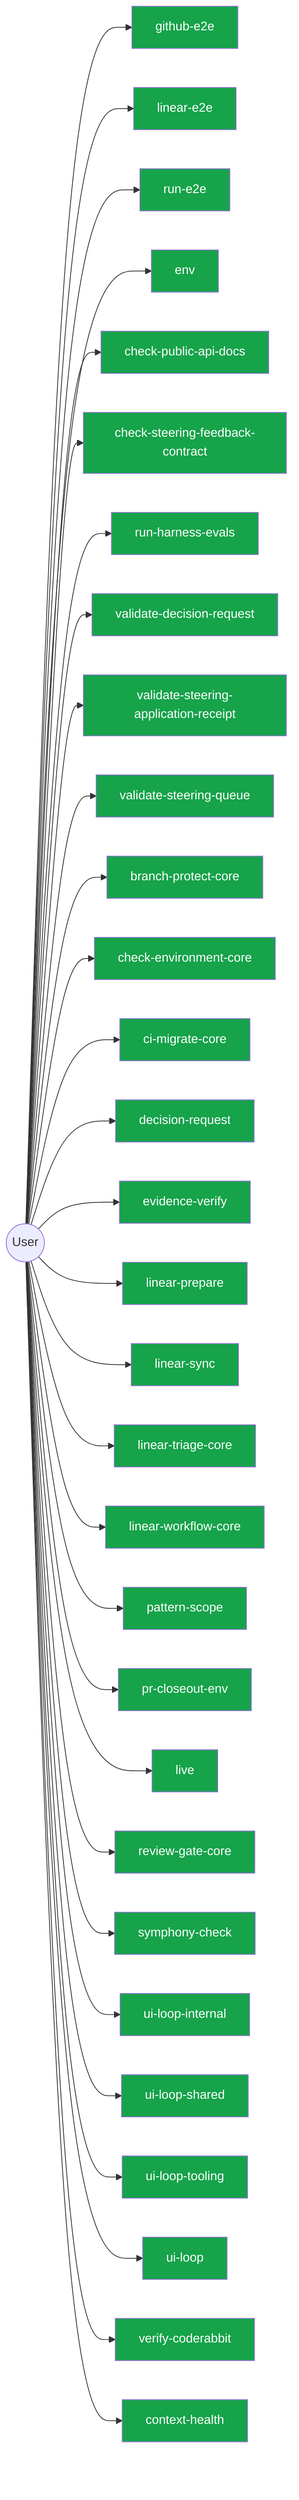
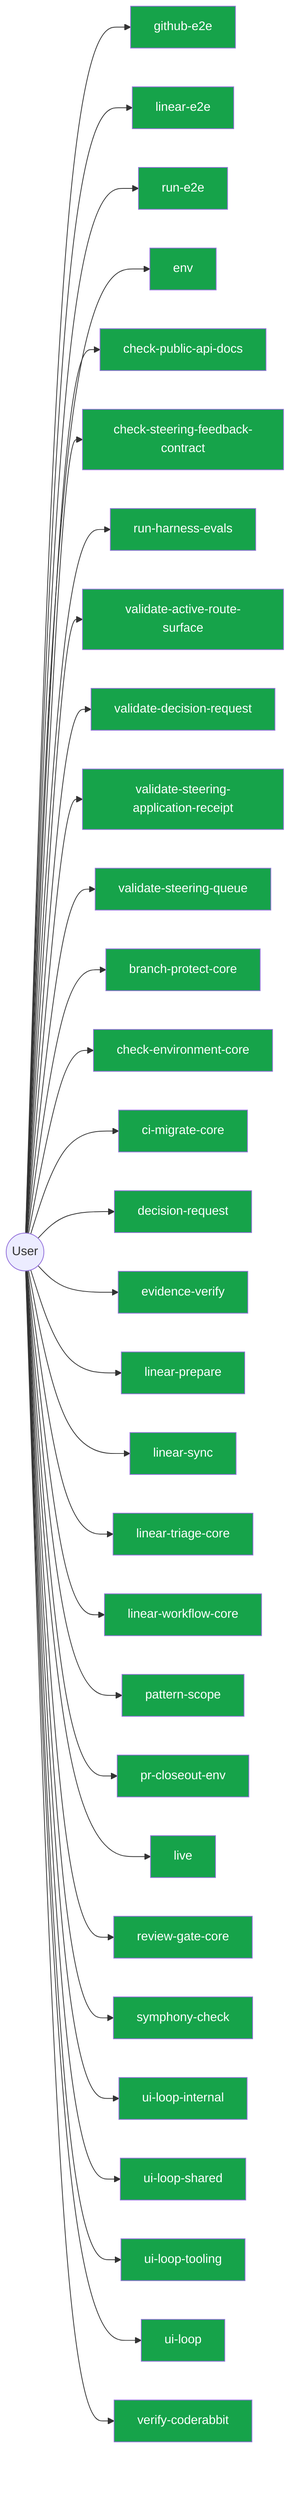
flowchart LR
  User(("User"))
  github_e2e_2891a341["github-e2e"]
  User --> github_e2e_2891a341
  linear_e2e_decf3708["linear-e2e"]
  User --> linear_e2e_decf3708
  run_e2e_39efe696["run-e2e"]
  User --> run_e2e_39efe696
  env_b77349bf["env"]
  User --> env_b77349bf
  check_public_api_docs_a9604f1b["check-public-api-docs"]
  User --> check_public_api_docs_a9604f1b
  check_steering_feedback_contract_80134459["check-steering-feedback-contract"]
  User --> check_steering_feedback_contract_80134459
  run_harness_evals_77704768["run-harness-evals"]
  User --> run_harness_evals_77704768
+   validate_active_route_surface_905456c2["validate-active-route-surface"]
+   User --> validate_active_route_surface_905456c2
  validate_decision_request_2e5c325e["validate-decision-request"]
  User --> validate_decision_request_2e5c325e
  validate_steering_application_receipt_c922e84a["validate-steering-application-receipt"]
  User --> validate_steering_application_receipt_c922e84a
  validate_steering_queue_4bc0cc94["validate-steering-queue"]
  User --> validate_steering_queue_4bc0cc94
  branch_protect_core_a8feb0fd["branch-protect-core"]
  User --> branch_protect_core_a8feb0fd
  check_environment_core_2c16213f["check-environment-core"]
  User --> check_environment_core_2c16213f
  ci_migrate_core_7005b5af["ci-migrate-core"]
  User --> ci_migrate_core_7005b5af
  decision_request_118a770d["decision-request"]
  User --> decision_request_118a770d
  evidence_verify_3b73c290["evidence-verify"]
  User --> evidence_verify_3b73c290
  linear_prepare_0c613ba6["linear-prepare"]
  User --> linear_prepare_0c613ba6
  linear_sync_a2fa2bf7["linear-sync"]
  User --> linear_sync_a2fa2bf7
  linear_triage_core_7cbca73e["linear-triage-core"]
  User --> linear_triage_core_7cbca73e
  linear_workflow_core_0e19cff4["linear-workflow-core"]
  User --> linear_workflow_core_0e19cff4
  pattern_scope_61ff946d["pattern-scope"]
  User --> pattern_scope_61ff946d
  pr_closeout_env_9bfcd9ef["pr-closeout-env"]
  User --> pr_closeout_env_9bfcd9ef
  live_247610f4["live"]
  User --> live_247610f4
  review_gate_core_4c8001f9["review-gate-core"]
  User --> review_gate_core_4c8001f9
  symphony_check_e97f2ea0["symphony-check"]
  User --> symphony_check_e97f2ea0
  ui_loop_internal_f2eb8892["ui-loop-internal"]
  User --> ui_loop_internal_f2eb8892
  ui_loop_shared_8c83b841["ui-loop-shared"]
  User --> ui_loop_shared_8c83b841
  ui_loop_tooling_12b2d2c7["ui-loop-tooling"]
  User --> ui_loop_tooling_12b2d2c7
  ui_loop_11660889["ui-loop"]
  User --> ui_loop_11660889
  verify_coderabbit_490b4e71["verify-coderabbit"]
  User --> verify_coderabbit_490b4e71
-   context_health_1_ceb11829["context-health"]
-   User --> context_health_1_ceb11829
  classDef userNode fill:#16a34a,color:#fff
-   class github_e2e_2891a341,linear_e2e_decf3708,run_e2e_39efe696,env_b77349bf,check_public_api_docs_a9604f1b,check_steering_feedback_contract_80134459,run_harness_evals_77704768,validate_decision_request_2e5c325e,validate_steering_application_receipt_c922e84a,validate_steering_queue_4bc0cc94,branch_protect_core_a8feb0fd,check_environment_core_2c16213f,ci_migrate_core_7005b5af,decision_request_118a770d,evidence_verify_3b73c290,linear_prepare_0c613ba6,linear_sync_a2fa2bf7,linear_triage_core_7cbca73e,linear_workflow_core_0e19cff4,pattern_scope_61ff946d,pr_closeout_env_9bfcd9ef,live_247610f4,review_gate_core_4c8001f9,symphony_check_e97f2ea0,ui_loop_internal_f2eb8892,ui_loop_shared_8c83b841,ui_loop_tooling_12b2d2c7,ui_loop_11660889,verify_coderabbit_490b4e71,context_health_1_ceb11829 userNode
+   class github_e2e_2891a341,linear_e2e_decf3708,run_e2e_39efe696,env_b77349bf,check_public_api_docs_a9604f1b,check_steering_feedback_contract_80134459,run_harness_evals_77704768,validate_active_route_surface_905456c2,validate_decision_request_2e5c325e,validate_steering_application_receipt_c922e84a,validate_steering_queue_4bc0cc94,branch_protect_core_a8feb0fd,check_environment_core_2c16213f,ci_migrate_core_7005b5af,decision_request_118a770d,evidence_verify_3b73c290,linear_prepare_0c613ba6,linear_sync_a2fa2bf7,linear_triage_core_7cbca73e,linear_workflow_core_0e19cff4,pattern_scope_61ff946d,pr_closeout_env_9bfcd9ef,live_247610f4,review_gate_core_4c8001f9,symphony_check_e97f2ea0,ui_loop_internal_f2eb8892,ui_loop_shared_8c83b841,ui_loop_tooling_12b2d2c7,ui_loop_11660889,verify_coderabbit_490b4e71 userNode
